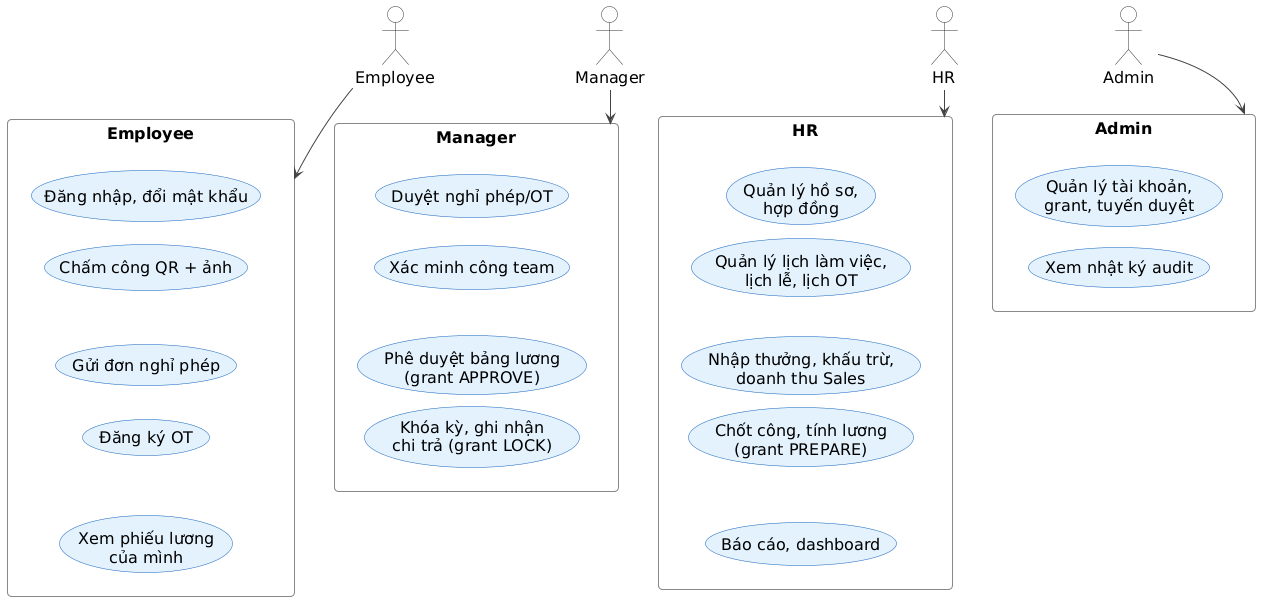
The PlantUML diagram docs/uml/png/fig3_1_usecase_overview.png in gihan160306/HRFlow, before a commit. Its diagram source:
```plantuml
@startuml
skinparam backgroundColor #FFFFFF
skinparam shadowing false
skinparam roundCorner 8
skinparam defaultFontSize 16
skinparam ArrowColor #444444
skinparam ArrowFontSize 14
skinparam maxMessageSize 220
skinparam wrapWidth 260
skinparam padding 3
skinparam actorBorderColor #333333
skinparam actorBackgroundColor #FFFFFF
skinparam usecaseBorderColor #1565C0
skinparam usecaseBackgroundColor #E3F2FD
skinparam rectangleBorderColor #546E7A
skinparam rectangleBackgroundColor #FAFAFA
skinparam packageBorderColor #546E7A
skinparam packageBackgroundColor #FAFAFA
skinparam classBorderColor #1565C0
skinparam classBackgroundColor #F5FAFF
skinparam classHeaderBackgroundColor #E3F2FD
skinparam participantBorderColor #1565C0
skinparam participantBackgroundColor #E3F2FD
skinparam sequenceLifeLineBorderColor #888888
skinparam sequenceGroupBorderColor #888888
skinparam stateBorderColor #1565C0
skinparam stateBackgroundColor #E3F2FD
skinparam activityBorderColor #1565C0
skinparam activityBackgroundColor #E3F2FD
skinparam noteBorderColor #F9A825
skinparam noteBackgroundColor #FFF8E1

top to bottom direction
skinparam ranksep 12
skinparam nodesep 25
actor "Employee" as EMP
actor "Manager" as MGR
actor "HR" as HR
actor "Admin" as ADM
rectangle "Employee" as G1 {
  usecase "Đăng nhập, đổi mật khẩu" as U1
  usecase "Chấm công QR + ảnh" as U2
  usecase "Gửi đơn nghỉ phép" as U3
  usecase "Đăng ký OT" as U4
  usecase "Xem phiếu lương\ncủa mình" as U5
}
rectangle "Manager" as G2 {
  usecase "Duyệt nghỉ phép/OT" as U6
  usecase "Xác minh công team" as U7
  usecase "Phê duyệt bảng lương\n(grant APPROVE)" as U12
  usecase "Khóa kỳ, ghi nhận\nchi trả (grant LOCK)" as U13
}
rectangle "HR" as G3 {
  usecase "Quản lý hồ sơ,\nhợp đồng" as U8
  usecase "Quản lý lịch làm việc,\nlịch lễ, lịch OT" as U9
  usecase "Nhập thưởng, khấu trừ,\ndoanh thu Sales" as U10
  usecase "Chốt công, tính lương\n(grant PREPARE)" as U11
  usecase "Báo cáo, dashboard" as U16
}
rectangle "Admin" as G4 {
  usecase "Quản lý tài khoản,\ngrant, tuyến duyệt" as U14
  usecase "Xem nhật ký audit" as U15
}
EMP --> G1
MGR --> G2
HR --> G3
ADM --> G4
U1 -[hidden]down-> U2
U2 -[hidden]down-> U3
U3 -[hidden]down-> U4
U4 -[hidden]down-> U5
U6 -[hidden]down-> U7
U7 -[hidden]down-> U12
U12 -[hidden]down-> U13
U8 -[hidden]down-> U9
U9 -[hidden]down-> U10
U10 -[hidden]down-> U11
U11 -[hidden]down-> U16
U14 -[hidden]down-> U15
EMP -[hidden]right-> MGR
MGR -[hidden]right-> HR
HR -[hidden]right-> ADM
@enduml
```
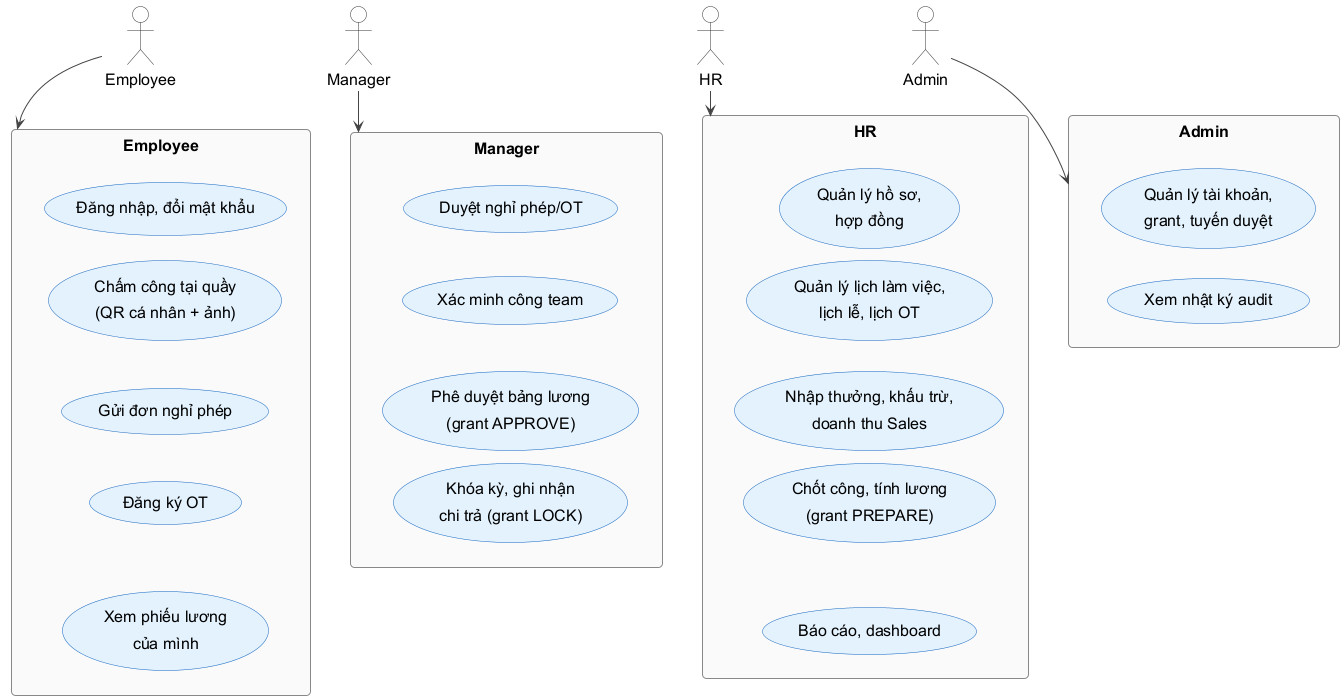
After the commit.

Diff of the diagram source:
```diff
@@ -1,4 +1,4 @@
-@startuml
+@startuml fig3_1_usecase_overview
 skinparam backgroundColor #FFFFFF
 skinparam shadowing false
 skinparam roundCorner 8
@@ -39,7 +39,7 @@
 actor "Admin" as ADM
 rectangle "Employee" as G1 {
   usecase "Đăng nhập, đổi mật khẩu" as U1
-  usecase "Chấm công QR + ảnh" as U2
+  usecase "Chấm công tại quầy\n(QR cá nhân + ảnh)" as U2
   usecase "Gửi đơn nghỉ phép" as U3
   usecase "Đăng ký OT" as U4
   usecase "Xem phiếu lương\ncủa mình" as U5
```
